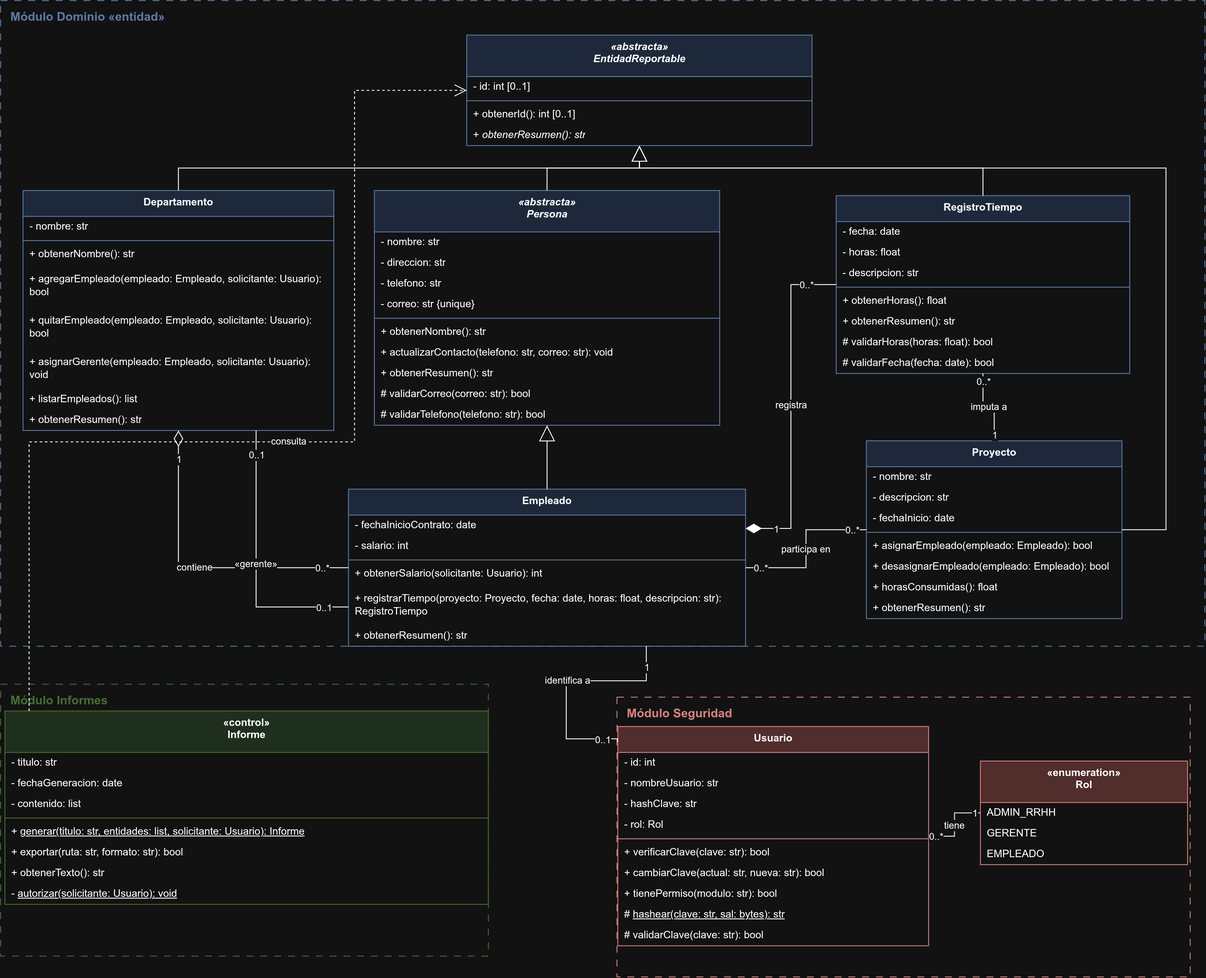
Earlier version of the draw.io export diagramas/modelo_u2.drawio_dark.png (leonardoguerrerodev/poo-ecotech). Source tidied: cells renumbered, new cells last; positions are measured from the earlier drawing's top-left corner, leaving out a move shared by most shapes.
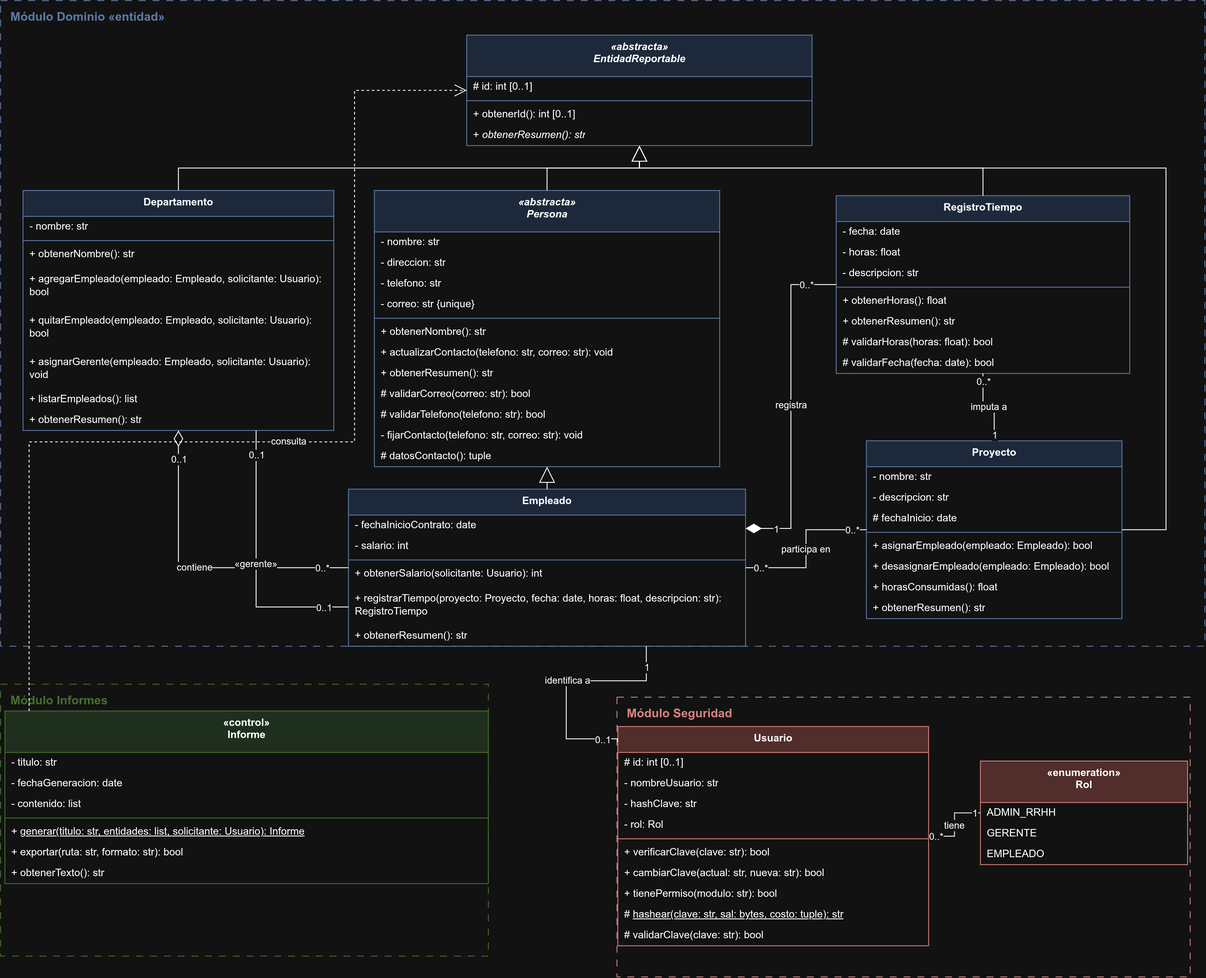
The same diagram one commit later.

Change to the diagram source:
```diff
@@ -12,7 +12,7 @@
       <mxGeometry y="792" width="565" height="315" as="geometry" />
     </mxCell>
     <mxCell id="5" value="«abstracta»&lt;br&gt;Persona" style="swimlane;fontStyle=3;align=center;verticalAlign=top;horizontal=1;startSize=48;html=1;fillColor=#dae8fc;strokeColor=#6c8ebf;" parent="1" vertex="1">
-      <mxGeometry x="433" y="220" width="400" height="272" as="geometry" />
+      <mxGeometry x="433" y="220" width="400" height="320" as="geometry" />
     </mxCell>
     <mxCell id="6" value="- nombre: str" style="text;strokeColor=none;fillColor=none;align=left;verticalAlign=middle;spacingLeft=6;spacingRight=6;overflow=hidden;whiteSpace=wrap;html=1;" parent="5" vertex="1">
       <mxGeometry y="48" width="400" height="24" as="geometry" />
@@ -44,6 +44,12 @@
     <mxCell id="15" value="# validarTelefono(telefono: str): bool" style="text;strokeColor=none;fillColor=none;align=left;verticalAlign=middle;spacingLeft=6;spacingRight=6;overflow=hidden;whiteSpace=wrap;html=1;" parent="5" vertex="1">
       <mxGeometry y="248" width="400" height="24" as="geometry" />
     </mxCell>
+    <mxCell id="106" value="- fijarContacto(telefono: str, correo: str): void" style="text;strokeColor=none;fillColor=none;align=left;verticalAlign=middle;spacingLeft=6;spacingRight=6;overflow=hidden;whiteSpace=wrap;html=1;" parent="5" vertex="1">
+      <mxGeometry y="272" width="400" height="24" as="geometry" />
+    </mxCell>
+    <mxCell id="107" value="# datosContacto(): tuple" style="text;strokeColor=none;fillColor=none;align=left;verticalAlign=middle;spacingLeft=6;spacingRight=6;overflow=hidden;whiteSpace=wrap;html=1;" parent="5" vertex="1">
+      <mxGeometry y="296" width="400" height="24" as="geometry" />
+    </mxCell>
     <mxCell id="16" value="Empleado" style="swimlane;fontStyle=1;align=center;verticalAlign=top;horizontal=1;startSize=30;html=1;fillColor=#dae8fc;strokeColor=#6c8ebf;" parent="1" vertex="1">
       <mxGeometry x="403" y="566" width="460" height="182" as="geometry" />
     </mxCell>
@@ -101,7 +107,7 @@
     <mxCell id="34" value="- descripcion: str" style="text;strokeColor=none;fillColor=none;align=left;verticalAlign=middle;spacingLeft=6;spacingRight=6;overflow=hidden;whiteSpace=wrap;html=1;" parent="32" vertex="1">
       <mxGeometry y="54" width="296.1" height="24" as="geometry" />
     </mxCell>
-    <mxCell id="35" value="- fechaInicio: date" style="text;strokeColor=none;fillColor=none;align=left;verticalAlign=middle;spacingLeft=6;spacingRight=6;overflow=hidden;whiteSpace=wrap;html=1;" parent="32" vertex="1">
+    <mxCell id="35" value="# fechaInicio: date" style="text;strokeColor=none;fillColor=none;align=left;verticalAlign=middle;spacingLeft=6;spacingRight=6;overflow=hidden;whiteSpace=wrap;html=1;" parent="32" vertex="1">
       <mxGeometry y="78" width="296.1" height="24" as="geometry" />
     </mxCell>
     <mxCell id="36" style="line;strokeWidth=1;fillColor=none;align=left;verticalAlign=middle;spacingTop=-1;spacingLeft=3;spacingRight=3;labelPosition=right;strokeColor=inherit;" parent="32" vertex="1">
@@ -149,7 +155,7 @@
     <mxCell id="50" value="Usuario" style="swimlane;fontStyle=1;align=center;verticalAlign=top;horizontal=1;startSize=30;html=1;fillColor=#f8cecc;strokeColor=#b85450;" parent="1" vertex="1">
       <mxGeometry x="715" y="841" width="360" height="254" as="geometry" />
     </mxCell>
-    <mxCell id="51" value="- id: int" style="text;strokeColor=none;fillColor=none;align=left;verticalAlign=middle;spacingLeft=6;spacingRight=6;overflow=hidden;whiteSpace=wrap;html=1;" parent="50" vertex="1">
+    <mxCell id="51" value="# id: int [0..1]" style="text;strokeColor=none;fillColor=none;align=left;verticalAlign=middle;spacingLeft=6;spacingRight=6;overflow=hidden;whiteSpace=wrap;html=1;" parent="50" vertex="1">
       <mxGeometry y="30" width="360" height="24" as="geometry" />
     </mxCell>
     <mxCell id="52" value="- nombreUsuario: str" style="text;strokeColor=none;fillColor=none;align=left;verticalAlign=middle;spacingLeft=6;spacingRight=6;overflow=hidden;whiteSpace=wrap;html=1;" parent="50" vertex="1">
@@ -173,7 +179,7 @@
     <mxCell id="58" value="+ tienePermiso(modulo: str): bool" style="text;strokeColor=none;fillColor=none;align=left;verticalAlign=middle;spacingLeft=6;spacingRight=6;overflow=hidden;whiteSpace=wrap;html=1;" parent="50" vertex="1">
       <mxGeometry y="182" width="360" height="24" as="geometry" />
     </mxCell>
-    <mxCell id="59" value="# &lt;u&gt;hashear(clave: str, sal: bytes): str&lt;/u&gt;" style="text;strokeColor=none;fillColor=none;align=left;verticalAlign=middle;spacingLeft=6;spacingRight=6;overflow=hidden;whiteSpace=wrap;html=1;" parent="50" vertex="1">
+    <mxCell id="59" value="# &lt;u&gt;hashear(clave: str, sal: bytes, costo: tuple): str&lt;/u&gt;" style="text;strokeColor=none;fillColor=none;align=left;verticalAlign=middle;spacingLeft=6;spacingRight=6;overflow=hidden;whiteSpace=wrap;html=1;" parent="50" vertex="1">
       <mxGeometry y="206" width="360" height="24" as="geometry" />
     </mxCell>
     <mxCell id="60" value="# validarClave(clave: str): bool" style="text;strokeColor=none;fillColor=none;align=left;verticalAlign=middle;spacingLeft=6;spacingRight=6;overflow=hidden;whiteSpace=wrap;html=1;" parent="50" vertex="1">
@@ -192,7 +198,7 @@
       <mxGeometry y="96" width="240" height="24" as="geometry" />
     </mxCell>
     <mxCell id="65" value="«control»&lt;br&gt;Informe" style="swimlane;fontStyle=1;align=center;verticalAlign=top;horizontal=1;startSize=48;html=1;fillColor=#d5e8d4;strokeColor=#82b366;" parent="1" vertex="1">
-      <mxGeometry x="5" y="823" width="560" height="224" as="geometry" />
+      <mxGeometry x="5" y="823" width="560" height="200" as="geometry" />
     </mxCell>
     <mxCell id="66" value="- titulo: str" style="text;strokeColor=none;fillColor=none;align=left;verticalAlign=middle;spacingLeft=6;spacingRight=6;overflow=hidden;whiteSpace=wrap;html=1;" parent="65" vertex="1">
       <mxGeometry y="48" width="560" height="24" as="geometry" />
@@ -215,16 +221,13 @@
     <mxCell id="72" value="+ obtenerTexto(): str" style="text;strokeColor=none;fillColor=none;align=left;verticalAlign=middle;spacingLeft=6;spacingRight=6;overflow=hidden;whiteSpace=wrap;html=1;" parent="65" vertex="1">
       <mxGeometry y="176" width="560" height="24" as="geometry" />
     </mxCell>
-    <mxCell id="73" value="- &lt;u&gt;autorizar(solicitante: Usuario): void&lt;/u&gt;" style="text;strokeColor=none;fillColor=none;align=left;verticalAlign=middle;spacingLeft=6;spacingRight=6;overflow=hidden;whiteSpace=wrap;html=1;" parent="65" vertex="1">
-      <mxGeometry y="200" width="560" height="24" as="geometry" />
-    </mxCell>
     <mxCell id="74" style="endArrow=block;endFill=0;endSize=16;html=1;edgeStyle=orthogonalEdgeStyle;rounded=0;html=1;exitX=0.5;exitY=0;exitDx=0;exitDy=0;entryX=0.5;entryY=1;entryDx=0;entryDy=0;" parent="1" edge="1" source="16" target="5">
       <mxGeometry relative="1" as="geometry" />
     </mxCell>
     <mxCell id="75" value="contiene" style="endArrow=none;startArrow=diamondThin;startFill=0;startSize=16;html=1;edgeStyle=orthogonalEdgeStyle;rounded=0;exitX=0.5;exitY=1;exitDx=0;exitDy=0;entryX=0;entryY=0.5;entryDx=0;entryDy=0;" parent="1" edge="1" source="23" target="16">
       <mxGeometry relative="1" as="geometry" />
     </mxCell>
-    <mxCell id="76" value="1" style="edgeLabel;html=1;align=center;verticalAlign=middle;fontSize=11;" parent="75" vertex="1">
+    <mxCell id="76" value="0..1" style="edgeLabel;html=1;align=center;verticalAlign=middle;fontSize=11;" parent="75" vertex="1">
       <mxGeometry x="-0.82" relative="1" as="geometry" />
     </mxCell>
     <mxCell id="77" value="0..*" style="edgeLabel;html=1;align=center;verticalAlign=middle;fontSize=11;" parent="75" vertex="1">
@@ -293,7 +296,7 @@
     <mxCell id="96" value="«abstracta»&lt;br&gt;EntidadReportable" style="swimlane;fontStyle=3;align=center;verticalAlign=top;horizontal=1;startSize=48;html=1;fillColor=#dae8fc;strokeColor=#6c8ebf;" parent="1" vertex="1">
       <mxGeometry x="540" y="40" width="400" height="128" as="geometry" />
     </mxCell>
-    <mxCell id="97" value="- id: int [0..1]" style="text;strokeColor=none;fillColor=none;align=left;verticalAlign=middle;spacingLeft=6;spacingRight=6;overflow=hidden;whiteSpace=wrap;html=1;" parent="96" vertex="1">
+    <mxCell id="97" value="# id: int [0..1]" style="text;strokeColor=none;fillColor=none;align=left;verticalAlign=middle;spacingLeft=6;spacingRight=6;overflow=hidden;whiteSpace=wrap;html=1;" parent="96" vertex="1">
       <mxGeometry y="48" width="400" height="24" as="geometry" />
     </mxCell>
     <mxCell id="98" style="line;strokeWidth=1;fillColor=none;align=left;verticalAlign=middle;spacingTop=-1;spacingLeft=3;spacingRight=3;labelPosition=right;strokeColor=inherit;" parent="96" vertex="1">
```
